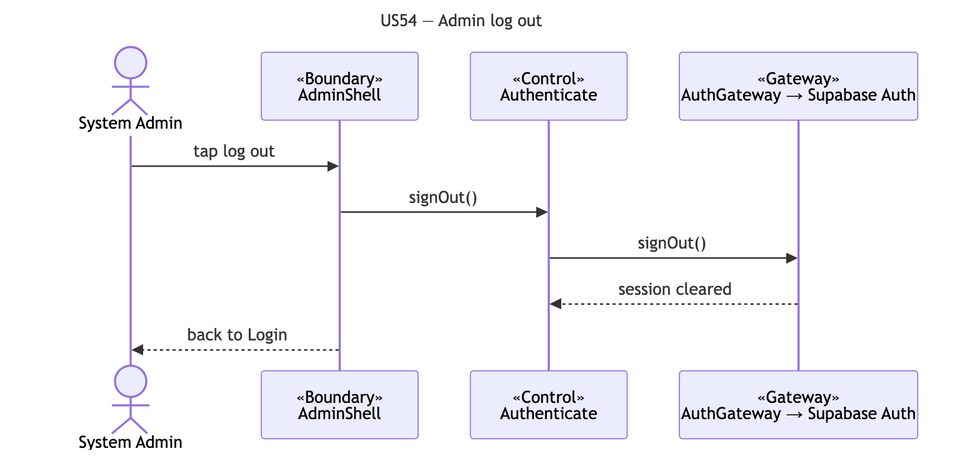
Above: docs/deliverables/sequence-diagrams/US54-admin-logout.png in cyuanjun/FYP-26-S2-37-app (Mermaid), before the change. Its source is kept beside it as docs/deliverables/sequence-diagrams/src/US54-admin-logout.mmd.
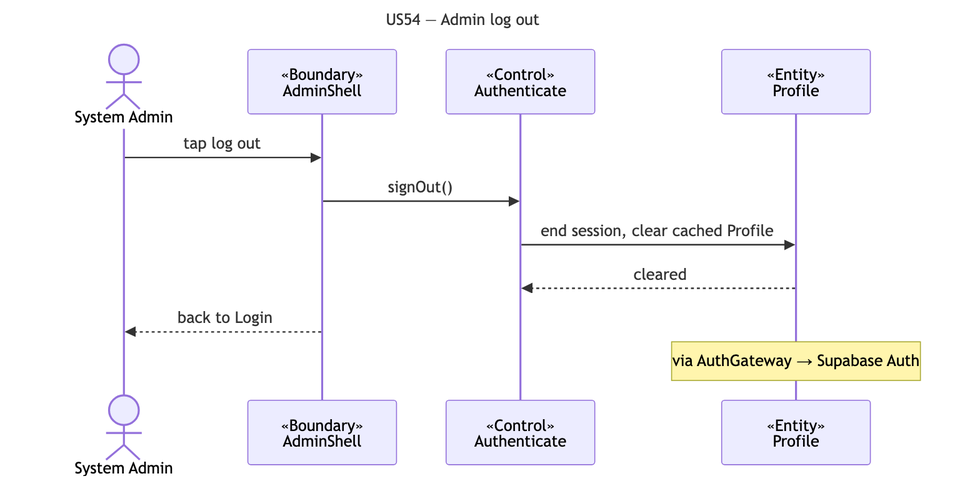
The same file after the commit.

Diff of the diagram source:
```diff
@@ -5,9 +5,10 @@
   actor A as System Admin
   participant B as «Boundary»<br/>AdminShell
   participant C as «Control»<br/>Authenticate
-  participant G as «Gateway»<br/>AuthGateway → Supabase Auth
+  participant E as «Entity»<br/>Profile
   A->>B: tap log out
   B->>C: signOut()
-  C->>G: signOut()
-  G-->>C: session cleared
+  C->>E: end session, clear cached Profile
+  E-->>C: cleared
   B-->>A: back to Login
+  note over E: via AuthGateway → Supabase Auth
```
